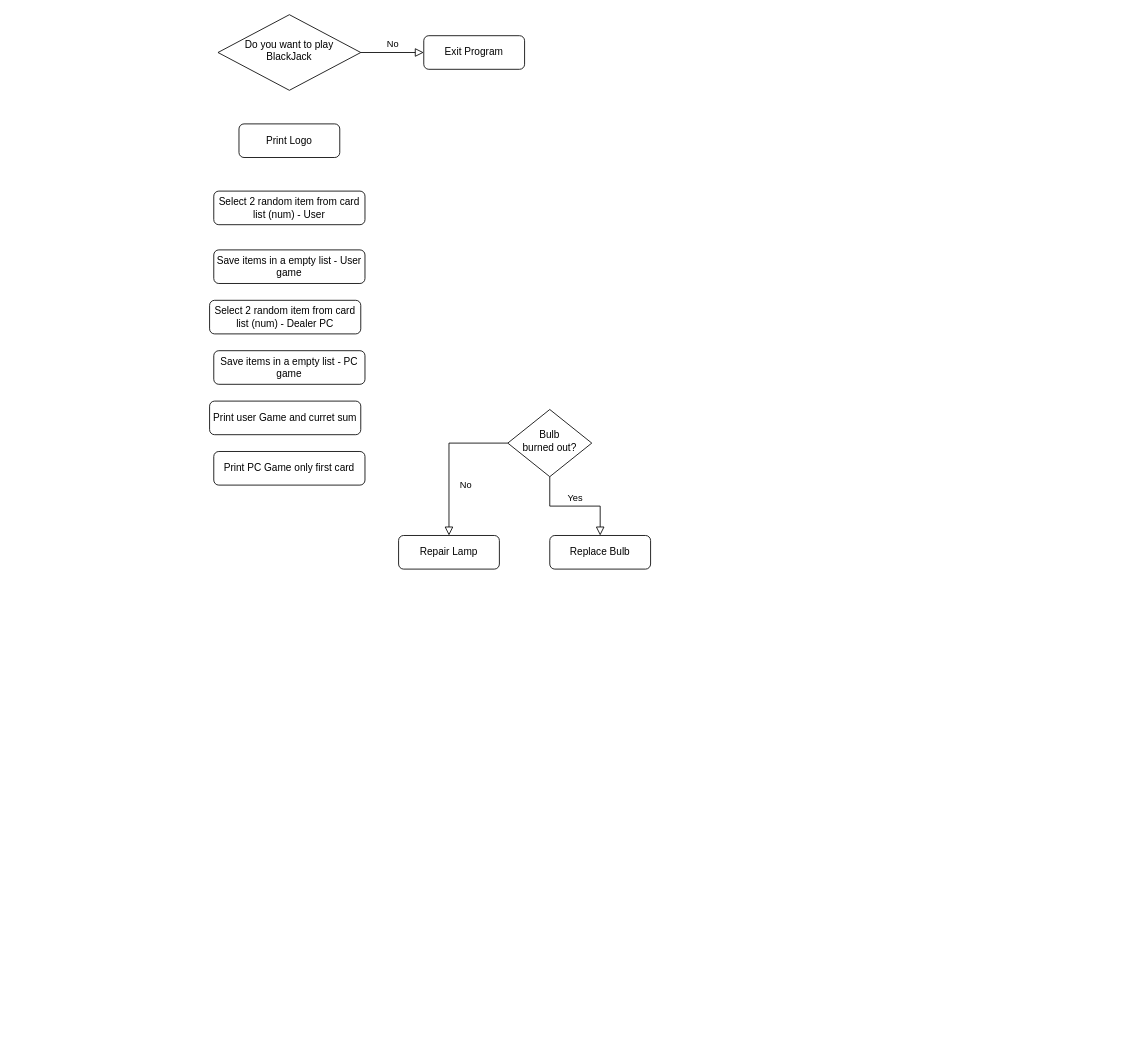
Before: Flowchart_Blackjack.drawio in santiago434c/BlackJack_Project, a draw.io diagram. Source tidied: cells renumbered, new cells numbered last; positions are measured from the earlier drawing's top-left corner, leaving out a move shared by most shapes. Both pictures are drawn from the tidied source at 84%, with x=0, y=0 at pixel (209, 14).
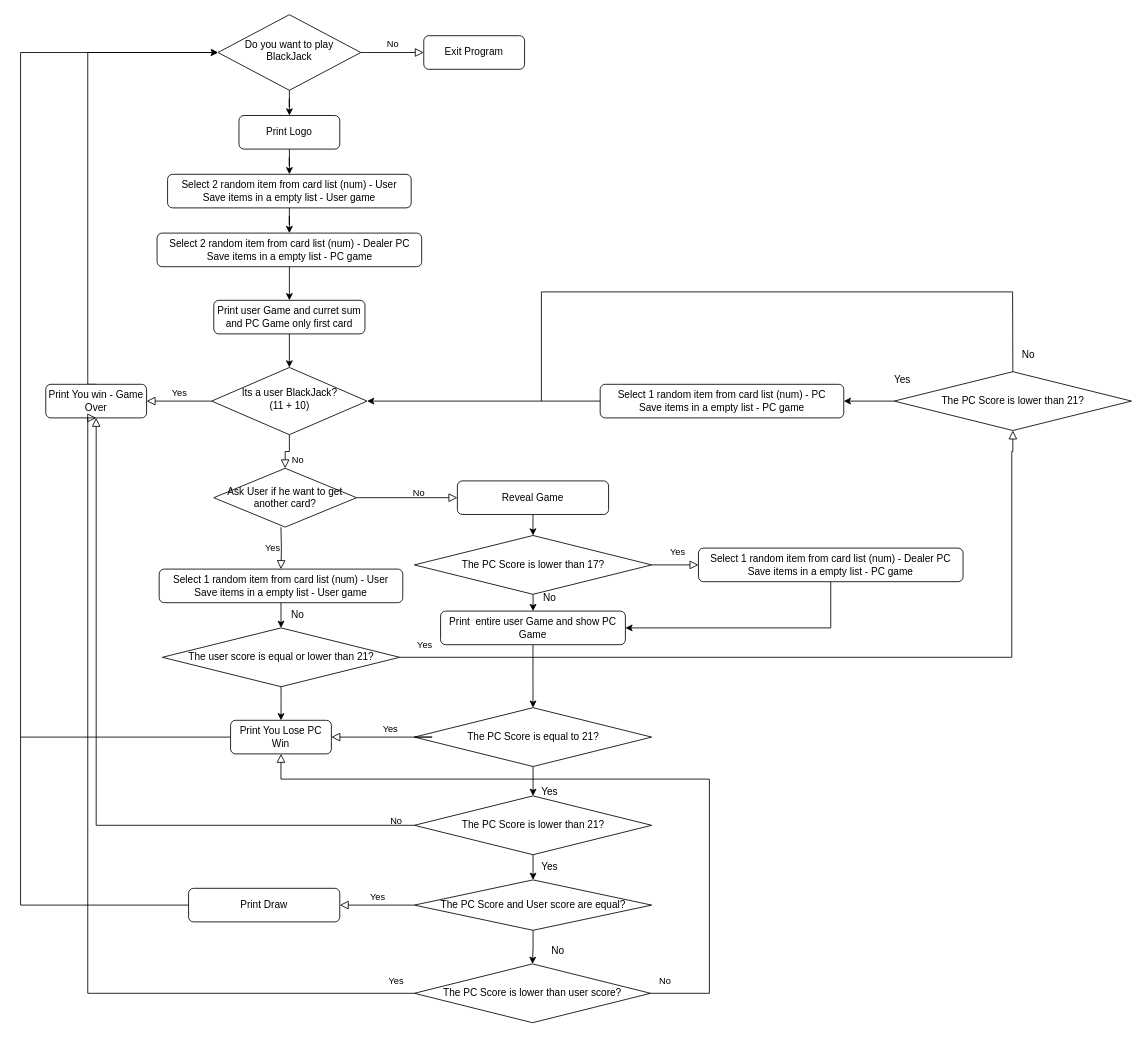
After the change.

The change refers to these unchanged cells:
```xml
<mxCell id="4" value="Do you want to play BlackJack" style="rhombus;whiteSpace=wrap;html=1;shadow=0;fontFamily=Helvetica;fontSize=12;align=center;strokeWidth=1;spacing=6;spacingTop=-4;" parent="1" vertex="1">
  <mxGeometry x="10" width="170" height="90" as="geometry" />
</mxCell>
```

What changed in the source:
```diff
@@
+    <mxCell id="17" style="edgeStyle=orthogonalEdgeStyle;rounded=0;jettySize=auto;html=1;entryX=0.5;entryY=0;entryDx=0;entryDy=0;" parent="1" edge="1" source="2" target="11">
+      <mxGeometry relative="1" as="geometry" />
+    </mxCell>
     <mxCell id="2" value="Print Logo" style="rounded=1;whiteSpace=wrap;html=1;fontSize=12;glass=0;strokeWidth=1;shadow=0;" parent="1" vertex="1">
-      <mxGeometry x="35" y="130" width="120" height="40" as="geometry" />
+      <mxGeometry x="35" y="120" width="120" height="40" as="geometry" />
     </mxCell>
@@
+    <mxCell id="18" style="edgeStyle=orthogonalEdgeStyle;rounded=0;jettySize=auto;html=1;entryX=0.5;entryY=0;entryDx=0;entryDy=0;" parent="1" edge="1" source="4" target="2">
+      <mxGeometry relative="1" as="geometry" />
+    </mxCell>
@@
-    <mxCell id="6" value="No" style="rounded=0;html=1;jettySize=auto;fontSize=11;endArrow=block;endFill=0;endSize=8;strokeWidth=1;shadow=0;labelBackgroundColor=none;edgeStyle=orthogonalEdgeStyle;" parent="1" edge="1" source="8" target="9">
-      <mxGeometry x="0.33" y="20" relative="1" as="geometry" />
+    <mxCell id="6" value="No" style="rounded=0;html=1;jettySize=auto;fontSize=11;endArrow=block;endFill=0;endSize=8;strokeWidth=1;shadow=0;labelBackgroundColor=none;edgeStyle=orthogonalEdgeStyle;entryX=0.5;entryY=0;entryDx=0;entryDy=0;" parent="1" edge="1" source="8" target="23">
+      <mxGeometry x="-0.11" y="14" relative="1" as="geometry">
+        <mxPoint x="10" y="-4" as="offset" />
+      </mxGeometry>
     </mxCell>
     <mxCell id="7" value="Yes" style="edgeStyle=orthogonalEdgeStyle;rounded=0;html=1;jettySize=auto;fontSize=11;endArrow=block;endFill=0;endSize=8;strokeWidth=1;shadow=0;labelBackgroundColor=none;" parent="1" edge="1" source="8" target="10">
-      <mxGeometry y="10" relative="1" as="geometry" />
+      <mxGeometry y="-10" relative="1" as="geometry" />
     </mxCell>
-    <mxCell id="8" value="Bulb&lt;br&gt;burned out?" style="rhombus;whiteSpace=wrap;html=1;shadow=0;fontFamily=Helvetica;fontSize=12;align=center;strokeWidth=1;spacing=6;spacingTop=-4;" parent="1" vertex="1">
-      <mxGeometry x="355" y="470" width="100" height="80" as="geometry" />
+    <mxCell id="8" value="Its a user BlackJack?&lt;div&gt;(11 + 10)&lt;/div&gt;" style="rhombus;whiteSpace=wrap;html=1;shadow=0;fontFamily=Helvetica;fontSize=12;align=center;strokeWidth=1;spacing=6;spacingTop=-4;" parent="1" vertex="1">
+      <mxGeometry x="2.5" y="420" width="185" height="80" as="geometry" />
     </mxCell>
-    <mxCell id="9" value="Repair Lamp" style="rounded=1;whiteSpace=wrap;html=1;fontSize=12;glass=0;strokeWidth=1;shadow=0;" parent="1" vertex="1">
-      <mxGeometry x="225" y="620" width="120" height="40" as="geometry" />
-    </mxCell>
+    <mxCell id="19" style="edgeStyle=orthogonalEdgeStyle;rounded=0;jettySize=auto;html=1;entryX=0;entryY=0.5;entryDx=0;entryDy=0;exitX=0.5;exitY=0;exitDx=0;exitDy=0;" parent="1" edge="1" source="10" target="4">
+      <mxGeometry relative="1" as="geometry">
+        <Array as="points">
+          <mxPoint x="-145" y="45" />
+        </Array>
+      </mxGeometry>
+    </mxCell>
-    <mxCell id="10" value="Replace Bulb" style="rounded=1;whiteSpace=wrap;html=1;fontSize=12;glass=0;strokeWidth=1;shadow=0;" parent="1" vertex="1">
-      <mxGeometry x="405" y="620" width="120" height="40" as="geometry" />
+    <mxCell id="10" value="Print You win - Game Over" style="rounded=1;whiteSpace=wrap;html=1;fontSize=12;glass=0;strokeWidth=1;shadow=0;" parent="1" vertex="1">
+      <mxGeometry x="-195" y="440" width="120" height="40" as="geometry" />
     </mxCell>
+    <mxCell id="20" style="edgeStyle=orthogonalEdgeStyle;rounded=0;jettySize=auto;html=1;entryX=0.5;entryY=0;entryDx=0;entryDy=0;" parent="1" edge="1" source="11" target="12">
+      <mxGeometry relative="1" as="geometry" />
+    </mxCell>
-    <mxCell id="11" value="Select 2 random item from card list (num) - User" style="rounded=1;whiteSpace=wrap;html=1;fontSize=12;glass=0;strokeWidth=1;shadow=0;" parent="1" vertex="1">
-      <mxGeometry x="5" y="210" width="180" height="40" as="geometry" />
+    <mxCell id="11" value="Select 2 random item from card list (num) - User&lt;div&gt;Save items in a empty list - User game&lt;br&gt;&lt;/div&gt;" style="rounded=1;whiteSpace=wrap;html=1;fontSize=12;glass=0;strokeWidth=1;shadow=0;" parent="1" vertex="1">
+      <mxGeometry x="-50" y="190" width="290" height="40" as="geometry" />
     </mxCell>
+    <mxCell id="21" style="edgeStyle=orthogonalEdgeStyle;rounded=0;jettySize=auto;html=1;" parent="1" edge="1" source="12" target="15">
+      <mxGeometry relative="1" as="geometry" />
+    </mxCell>
-    <mxCell id="12" value="Select 2 random item from card list (num) - Dealer PC" style="rounded=1;whiteSpace=wrap;html=1;fontSize=12;glass=0;strokeWidth=1;shadow=0;" parent="1" vertex="1">
-      <mxGeometry y="340" width="180" height="40" as="geometry" />
+    <mxCell id="12" value="Select 2 random item from card list (num) - Dealer PC&lt;div&gt;Save items in a empty list - PC game&lt;br&gt;&lt;/div&gt;" style="rounded=1;whiteSpace=wrap;html=1;fontSize=12;glass=0;strokeWidth=1;shadow=0;" parent="1" vertex="1">
+      <mxGeometry x="-62.5" y="260" width="315" height="40" as="geometry" />
     </mxCell>
-    <mxCell id="13" value="Save items in a empty list - PC game" style="rounded=1;whiteSpace=wrap;html=1;fontSize=12;glass=0;strokeWidth=1;shadow=0;" parent="1" vertex="1">
-      <mxGeometry x="5" y="400" width="180" height="40" as="geometry" />
-    </mxCell>
-    <mxCell id="14" value="Save items in a empty list - User game" style="rounded=1;whiteSpace=wrap;html=1;fontSize=12;glass=0;strokeWidth=1;shadow=0;" parent="1" vertex="1">
-      <mxGeometry x="5" y="280" width="180" height="40" as="geometry" />
-    </mxCell>
+    <mxCell id="22" style="edgeStyle=orthogonalEdgeStyle;rounded=0;jettySize=auto;html=1;entryX=0.5;entryY=0;entryDx=0;entryDy=0;" parent="1" edge="1" source="15" target="8">
+      <mxGeometry relative="1" as="geometry" />
+    </mxCell>
-    <mxCell id="15" value="Print user Game and curret sum" style="rounded=1;whiteSpace=wrap;html=1;fontSize=12;glass=0;strokeWidth=1;shadow=0;" parent="1" vertex="1">
-      <mxGeometry y="460" width="180" height="40" as="geometry" />
+    <mxCell id="15" value="Print user Game and curret sum and PC Game only first card" style="rounded=1;whiteSpace=wrap;html=1;fontSize=12;glass=0;strokeWidth=1;shadow=0;" parent="1" vertex="1">
+      <mxGeometry x="5" y="340" width="180" height="40" as="geometry" />
     </mxCell>
-    <mxCell id="16" value="Print PC Game only first card" style="rounded=1;whiteSpace=wrap;html=1;fontSize=12;glass=0;strokeWidth=1;shadow=0;" parent="1" vertex="1">
-      <mxGeometry x="5" y="520" width="180" height="40" as="geometry" />
-    </mxCell>
+    <mxCell id="23" value="Ask User if he want to get another card?" style="rhombus;whiteSpace=wrap;html=1;" parent="1" vertex="1">
+      <mxGeometry x="5" y="540" width="170" height="70" as="geometry" />
+    </mxCell>
+    <mxCell id="24" style="edgeStyle=orthogonalEdgeStyle;rounded=0;jettySize=auto;html=1;entryX=0.5;entryY=0;entryDx=0;entryDy=0;" parent="1" edge="1" source="25" target="45">
+      <mxGeometry relative="1" as="geometry" />
+    </mxCell>
+    <mxCell id="25" value="Reveal Game" style="rounded=1;whiteSpace=wrap;html=1;fontSize=12;glass=0;strokeWidth=1;shadow=0;" parent="1" vertex="1">
+      <mxGeometry x="295" y="555" width="180" height="40" as="geometry" />
+    </mxCell>
+    <mxCell id="26" style="edgeStyle=orthogonalEdgeStyle;rounded=0;jettySize=auto;html=1;exitX=0.5;exitY=1;exitDx=0;exitDy=0;entryX=0.5;entryY=0;entryDx=0;entryDy=0;" parent="1" edge="1" source="27" target="29">
+      <mxGeometry relative="1" as="geometry" />
+    </mxCell>
+    <mxCell id="27" value="Select 1 random item from card list (num) - User&lt;div&gt;Save items in a empty list - User game&lt;br&gt;&lt;/div&gt;" style="rounded=1;whiteSpace=wrap;html=1;fontSize=12;glass=0;strokeWidth=1;shadow=0;" parent="1" vertex="1">
+      <mxGeometry x="-60" y="660" width="290" height="40" as="geometry" />
+    </mxCell>
+    <mxCell id="28" style="edgeStyle=orthogonalEdgeStyle;rounded=0;jettySize=auto;html=1;entryX=0.5;entryY=0;entryDx=0;entryDy=0;" parent="1" edge="1" source="29" target="36">
+      <mxGeometry relative="1" as="geometry" />
+    </mxCell>
+    <mxCell id="29" value="The user score is equal or lower than 21?" style="rhombus;whiteSpace=wrap;html=1;" parent="1" vertex="1">
+      <mxGeometry x="-56.2" y="730" width="282.5" height="70" as="geometry" />
+    </mxCell>
+    <mxCell id="30" value="Yes" style="edgeStyle=orthogonalEdgeStyle;rounded=0;html=1;jettySize=auto;fontSize=11;endArrow=block;endFill=0;endSize=8;strokeWidth=1;shadow=0;labelBackgroundColor=none;exitX=1;exitY=0.5;exitDx=0;exitDy=0;entryX=0.5;entryY=1;entryDx=0;entryDy=0;" parent="1" edge="1" source="29" target="59">
+      <mxGeometry x="-0.94" y="15" relative="1" as="geometry">
+        <Array as="points">
+          <mxPoint x="955" y="765" />
+          <mxPoint x="955" y="520" />
+        </Array>
+      </mxGeometry>
+    </mxCell>
+    <mxCell id="31" value="Yes" style="edgeStyle=orthogonalEdgeStyle;rounded=0;html=1;jettySize=auto;fontSize=11;endArrow=block;endFill=0;endSize=8;strokeWidth=1;shadow=0;labelBackgroundColor=none;entryX=0.5;entryY=0;entryDx=0;entryDy=0;" parent="1" edge="1" target="27">
+      <mxGeometry y="-10" relative="1" as="geometry">
+        <mxPoint x="85" y="610" as="sourcePoint" />
+      </mxGeometry>
+    </mxCell>
+    <mxCell id="32" value="No" style="rounded=0;html=1;jettySize=auto;fontSize=11;endArrow=block;endFill=0;endSize=8;strokeWidth=1;shadow=0;labelBackgroundColor=none;edgeStyle=orthogonalEdgeStyle;entryX=0;entryY=0.5;entryDx=0;entryDy=0;exitX=1;exitY=0.5;exitDx=0;exitDy=0;" parent="1" edge="1" source="23" target="25">
+      <mxGeometry x="0.23" y="5" relative="1" as="geometry" />
+    </mxCell>
+    <mxCell id="33" style="edgeStyle=orthogonalEdgeStyle;rounded=0;jettySize=auto;html=1;entryX=0.5;entryY=0;entryDx=0;entryDy=0;" parent="1" edge="1" source="34" target="38">
+      <mxGeometry relative="1" as="geometry" />
+    </mxCell>
+    <mxCell id="34" value="Print&amp;nbsp; entire user Game and show PC Game" style="rounded=1;whiteSpace=wrap;html=1;fontSize=12;glass=0;strokeWidth=1;shadow=0;" parent="1" vertex="1">
+      <mxGeometry x="275" y="710" width="220" height="40" as="geometry" />
+    </mxCell>
+    <mxCell id="35" style="edgeStyle=orthogonalEdgeStyle;rounded=0;jettySize=auto;html=1;entryX=0;entryY=0.5;entryDx=0;entryDy=0;exitX=0;exitY=0.5;exitDx=0;exitDy=0;" parent="1" edge="1" source="36" target="4">
+      <mxGeometry relative="1" as="geometry">
+        <Array as="points">
+          <mxPoint x="-225" y="860" />
+          <mxPoint x="-225" y="45" />
+        </Array>
+      </mxGeometry>
+    </mxCell>
+    <mxCell id="36" value="Print You Lose PC Win" style="rounded=1;whiteSpace=wrap;html=1;fontSize=12;glass=0;strokeWidth=1;shadow=0;" parent="1" vertex="1">
+      <mxGeometry x="25" y="840" width="120" height="40" as="geometry" />
+    </mxCell>
+    <mxCell id="37" style="edgeStyle=orthogonalEdgeStyle;rounded=0;jettySize=auto;html=1;entryX=0.5;entryY=0;entryDx=0;entryDy=0;" parent="1" edge="1" source="38" target="41">
+      <mxGeometry relative="1" as="geometry" />
+    </mxCell>
+    <mxCell id="38" value="The PC Score is equal to 21?" style="rhombus;whiteSpace=wrap;html=1;" parent="1" vertex="1">
+      <mxGeometry x="243.8" y="825" width="282.5" height="70" as="geometry" />
+    </mxCell>
+    <mxCell id="39" value="Yes" style="edgeStyle=orthogonalEdgeStyle;rounded=0;html=1;jettySize=auto;fontSize=11;endArrow=block;endFill=0;endSize=8;strokeWidth=1;shadow=0;labelBackgroundColor=none;entryX=1;entryY=0.5;entryDx=0;entryDy=0;exitX=0;exitY=0.5;exitDx=0;exitDy=0;" parent="1" edge="1" source="38" target="36">
+      <mxGeometry y="-10" relative="1" as="geometry">
+        <Array as="points">
+          <mxPoint x="265" y="860" />
+          <mxPoint x="265" y="860" />
+        </Array>
+      </mxGeometry>
+    </mxCell>
+    <mxCell id="40" style="edgeStyle=orthogonalEdgeStyle;rounded=0;jettySize=auto;html=1;entryX=0.5;entryY=0;entryDx=0;entryDy=0;" parent="1" edge="1" source="41" target="52">
+      <mxGeometry relative="1" as="geometry" />
+    </mxCell>
+    <mxCell id="41" value="The PC Score is lower than 21?" style="rhombus;whiteSpace=wrap;html=1;" parent="1" vertex="1">
+      <mxGeometry x="243.8" y="930" width="282.5" height="70" as="geometry" />
+    </mxCell>
+    <mxCell id="42" value="No" style="rounded=0;html=1;jettySize=auto;fontSize=11;endArrow=block;endFill=0;endSize=8;strokeWidth=1;shadow=0;labelBackgroundColor=none;edgeStyle=orthogonalEdgeStyle;entryX=0.5;entryY=1;entryDx=0;entryDy=0;exitX=0;exitY=0.5;exitDx=0;exitDy=0;" parent="1" edge="1" source="41" target="10">
+      <mxGeometry x="-0.95" y="-5" relative="1" as="geometry" />
+    </mxCell>
+    <mxCell id="43" value="The PC Score is lower than user score?" style="rhombus;whiteSpace=wrap;html=1;" parent="1" vertex="1">
+      <mxGeometry x="243.8" y="1130" width="281.2" height="70" as="geometry" />
+    </mxCell>
+    <mxCell id="44" style="edgeStyle=orthogonalEdgeStyle;rounded=0;jettySize=auto;html=1;entryX=0.5;entryY=0;entryDx=0;entryDy=0;" parent="1" edge="1" source="45" target="34">
+      <mxGeometry relative="1" as="geometry" />
+    </mxCell>
+    <mxCell id="45" value="The PC Score is lower than 17?" style="rhombus;whiteSpace=wrap;html=1;" parent="1" vertex="1">
+      <mxGeometry x="243.8" y="620" width="282.5" height="70" as="geometry" />
+    </mxCell>
+    <mxCell id="46" style="edgeStyle=orthogonalEdgeStyle;rounded=0;jettySize=auto;html=1;entryX=1;entryY=0.5;entryDx=0;entryDy=0;" parent="1" edge="1" target="34">
+      <mxGeometry relative="1" as="geometry">
+        <mxPoint x="739.5" y="635" as="sourcePoint" />
+        <Array as="points">
+          <mxPoint x="740" y="730" />
+        </Array>
+      </mxGeometry>
+    </mxCell>
+    <mxCell id="47" value="Select 1 random item from card list (num) - Dealer PC&lt;div&gt;Save items in a empty list - PC game&lt;br&gt;&lt;/div&gt;" style="rounded=1;whiteSpace=wrap;html=1;fontSize=12;glass=0;strokeWidth=1;shadow=0;" parent="1" vertex="1">
+      <mxGeometry x="582" y="635" width="315" height="40" as="geometry" />
+    </mxCell>
+    <mxCell id="48" value="Yes" style="edgeStyle=orthogonalEdgeStyle;rounded=0;html=1;jettySize=auto;fontSize=11;endArrow=block;endFill=0;endSize=8;strokeWidth=1;shadow=0;labelBackgroundColor=none;exitX=1;exitY=0.5;exitDx=0;exitDy=0;entryX=0;entryY=0.5;entryDx=0;entryDy=0;" parent="1" edge="1" source="45" target="47">
+      <mxGeometry x="0.09" y="15" relative="1" as="geometry">
+        <mxPoint x="1" as="offset" />
+      </mxGeometry>
+    </mxCell>
+    <mxCell id="49" value="Yes" style="edgeStyle=orthogonalEdgeStyle;rounded=0;html=1;jettySize=auto;fontSize=11;endArrow=block;endFill=0;endSize=8;strokeWidth=1;shadow=0;labelBackgroundColor=none;entryX=0.5;entryY=1;entryDx=0;entryDy=0;exitX=0;exitY=0.5;exitDx=0;exitDy=0;" parent="1" edge="1" source="43" target="10">
+      <mxGeometry x="-0.96" y="-15" relative="1" as="geometry">
+        <Array as="points">
+          <mxPoint x="-145" y="1165" />
+        </Array>
+      </mxGeometry>
+    </mxCell>
+    <mxCell id="50" value="No" style="rounded=0;html=1;jettySize=auto;fontSize=11;endArrow=block;endFill=0;endSize=8;strokeWidth=1;shadow=0;labelBackgroundColor=none;edgeStyle=orthogonalEdgeStyle;exitX=1;exitY=0.5;exitDx=0;exitDy=0;entryX=0.5;entryY=1;entryDx=0;entryDy=0;" parent="1" edge="1" source="43" target="36">
+      <mxGeometry x="-0.96" y="15" relative="1" as="geometry">
+        <Array as="points">
+          <mxPoint x="595" y="1165" />
+          <mxPoint x="595" y="910" />
+          <mxPoint x="85" y="910" />
+        </Array>
+      </mxGeometry>
+    </mxCell>
+    <mxCell id="51" style="edgeStyle=orthogonalEdgeStyle;rounded=0;jettySize=auto;html=1;entryX=0.5;entryY=0;entryDx=0;entryDy=0;" parent="1" edge="1" source="52" target="43">
+      <mxGeometry relative="1" as="geometry" />
+    </mxCell>
+    <mxCell id="52" value="The PC Score and User score are equal?" style="rhombus;whiteSpace=wrap;html=1;" parent="1" vertex="1">
+      <mxGeometry x="243.8" y="1030" width="282.5" height="60" as="geometry" />
+    </mxCell>
+    <mxCell id="53" value="No" style="text;html=1;align=center;verticalAlign=middle;whiteSpace=wrap;rounded=0;" parent="1" vertex="1">
+      <mxGeometry x="385" y="1100" width="60" height="30" as="geometry" />
+    </mxCell>
+    <mxCell id="54" value="Print Draw" style="rounded=1;whiteSpace=wrap;html=1;fontSize=12;glass=0;strokeWidth=1;shadow=0;" parent="1" vertex="1">
+      <mxGeometry x="-25" y="1040" width="180" height="40" as="geometry" />
+    </mxCell>
+    <mxCell id="55" value="Yes" style="edgeStyle=orthogonalEdgeStyle;rounded=0;html=1;jettySize=auto;fontSize=11;endArrow=block;endFill=0;endSize=8;strokeWidth=1;shadow=0;labelBackgroundColor=none;exitX=0;exitY=0.5;exitDx=0;exitDy=0;" parent="1" edge="1" source="52" target="54">
+      <mxGeometry y="-10" relative="1" as="geometry" />
+    </mxCell>
+    <mxCell id="56" style="endArrow=none;html=1;rounded=0;entryX=0;entryY=0.5;entryDx=0;entryDy=0;" parent="1" edge="1" target="54">
+      <mxGeometry relative="1" as="geometry">
+        <mxPoint x="-225" y="860" as="sourcePoint" />
+        <Array as="points">
+          <mxPoint x="-225" y="1060" />
+        </Array>
+      </mxGeometry>
+    </mxCell>
+    <mxCell id="57" value="No" style="text;html=1;align=center;verticalAlign=middle;whiteSpace=wrap;rounded=0;" parent="1" vertex="1">
+      <mxGeometry x="75" y="700" width="60" height="30" as="geometry" />
+    </mxCell>
+    <mxCell id="58" style="edgeStyle=orthogonalEdgeStyle;rounded=0;jettySize=auto;html=1;entryX=1;entryY=0.5;entryDx=0;entryDy=0;" parent="1" edge="1" source="59" target="61">
+      <mxGeometry relative="1" as="geometry" />
+    </mxCell>
+    <mxCell id="59" value="The PC Score is lower than 21?" style="rhombus;whiteSpace=wrap;html=1;" parent="1" vertex="1">
+      <mxGeometry x="815" y="425" width="282.5" height="70" as="geometry" />
+    </mxCell>
+    <mxCell id="60" style="edgeStyle=orthogonalEdgeStyle;rounded=0;jettySize=auto;html=1;entryX=1;entryY=0.5;entryDx=0;entryDy=0;" parent="1" edge="1" source="61" target="8">
+      <mxGeometry relative="1" as="geometry" />
+    </mxCell>
+    <mxCell id="61" value="Select 1 random item from card list (num) - PC&lt;div&gt;Save items in a empty list - PC game&lt;br&gt;&lt;/div&gt;" style="rounded=1;whiteSpace=wrap;html=1;fontSize=12;glass=0;strokeWidth=1;shadow=0;" parent="1" vertex="1">
+      <mxGeometry x="465" y="440" width="290" height="40" as="geometry" />
+    </mxCell>
+    <mxCell id="62" value="Yes" style="text;html=1;align=center;verticalAlign=middle;whiteSpace=wrap;rounded=0;" parent="1" vertex="1">
+      <mxGeometry x="375" y="1000" width="60" height="30" as="geometry" />
+    </mxCell>
+    <mxCell id="63" value="Yes" style="text;html=1;align=center;verticalAlign=middle;whiteSpace=wrap;rounded=0;" parent="1" vertex="1">
+      <mxGeometry x="375" y="910" width="60" height="30" as="geometry" />
+    </mxCell>
+    <mxCell id="64" style="endArrow=none;html=1;rounded=0;entryX=0.5;entryY=0;entryDx=0;entryDy=0;" parent="1" edge="1" target="59">
+      <mxGeometry relative="1" as="geometry">
+        <mxPoint x="395" y="460" as="sourcePoint" />
+        <Array as="points">
+          <mxPoint x="395" y="330" />
+          <mxPoint x="956" y="330" />
+        </Array>
+      </mxGeometry>
+    </mxCell>
+    <mxCell id="65" value="No" style="text;html=1;align=center;verticalAlign=middle;whiteSpace=wrap;rounded=0;" parent="1" vertex="1">
+      <mxGeometry x="375" y="680" width="60" height="30" as="geometry" />
+    </mxCell>
+    <mxCell id="66" value="Yes" style="text;html=1;align=center;verticalAlign=middle;whiteSpace=wrap;rounded=0;" parent="1" vertex="1">
+      <mxGeometry x="795" y="420" width="60" height="30" as="geometry" />
+    </mxCell>
+    <mxCell id="67" value="No" style="text;html=1;align=center;verticalAlign=middle;whiteSpace=wrap;rounded=0;" parent="1" vertex="1">
+      <mxGeometry x="945" y="390" width="60" height="30" as="geometry" />
+    </mxCell>
```
